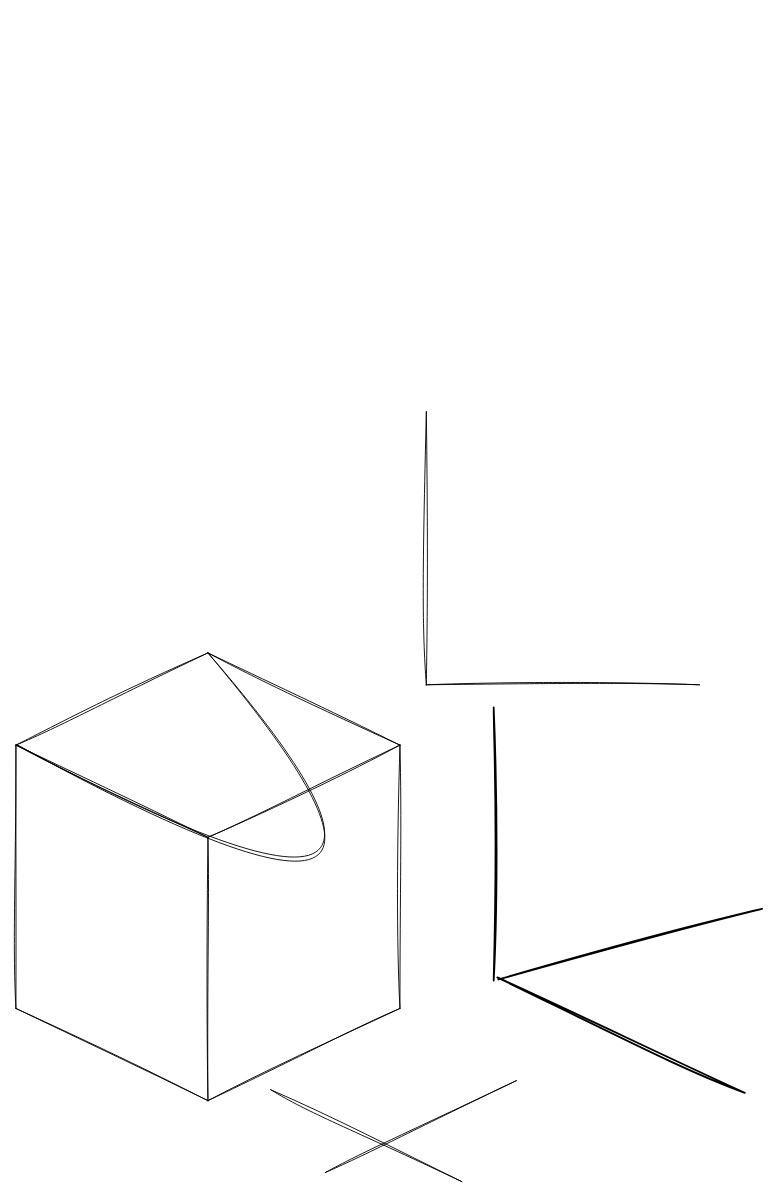
bjhardcastle/diagrams keeps this draw.io diagram as Untitled Diagram.drawio. Above is the earlier version. Source tidied: cells renumbered, new cells numbered last; positions are measured from the earlier drawing's top-left corner, leaving out a move shared by most shapes. Both pictures are drawn from the tidied source at 91%, with x=0, y=0 at pixel (15, 411).
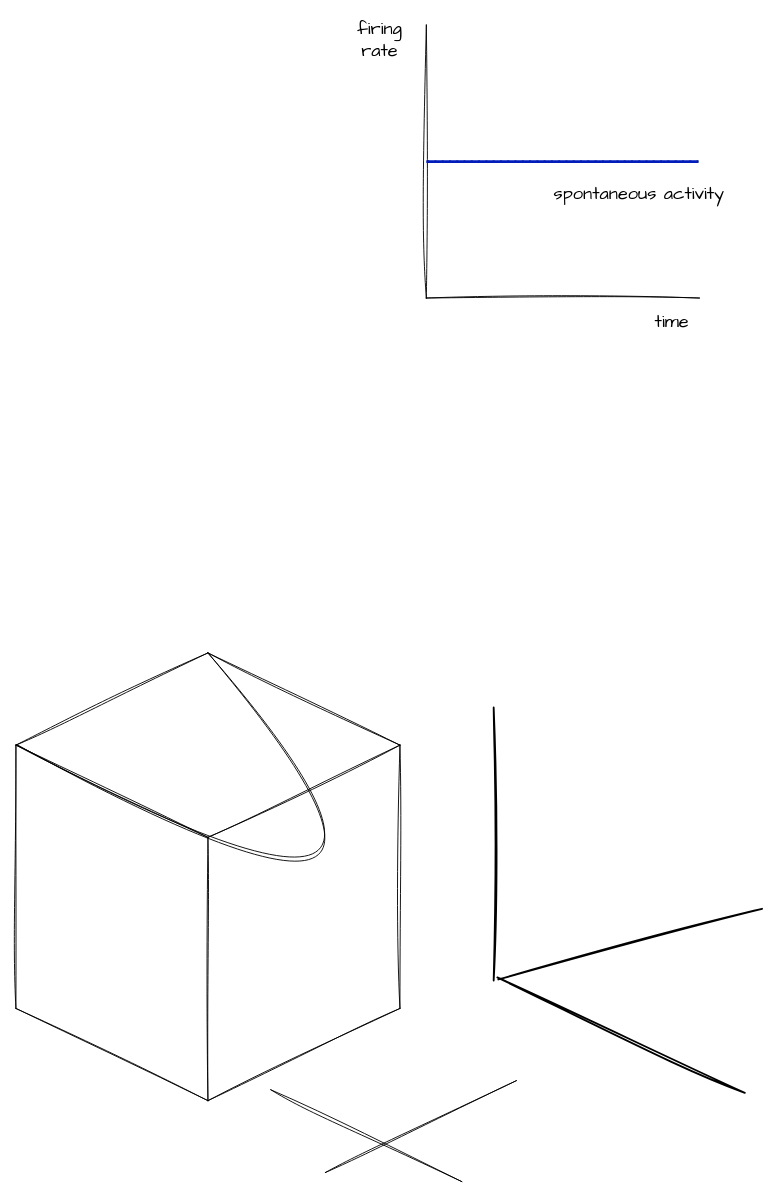
After the change.

What changed in the source:
```diff
@@
 <mxGraphModel>
   <root>
     <mxCell id="0" />
     <mxCell id="1" parent="0" />
     <mxCell id="2" style="shape=partialRectangle;whiteSpace=wrap;html=1;bottom=0;right=0;fillColor=none;sketch=1;hachureGap=4;jiggle=2;curveFitting=1;fontFamily=Architects Daughter;fontSize=20;direction=north;" parent="1" vertex="1">
-      <mxGeometry x="451" width="300" height="300" as="geometry" />
+      <mxGeometry x="451" y="-425" width="300" height="300" as="geometry" />
     </mxCell>
     <mxCell id="3" style="html=1;whiteSpace=wrap;shape=isoCube2;backgroundOutline=1;isoAngle=15;sketch=1;hachureGap=4;jiggle=2;curveFitting=1;fontFamily=Architects Daughter;fontSize=20;" parent="1" vertex="1">
       <mxGeometry y="265" width="422" height="492" as="geometry" />
     </mxCell>
     <mxCell id="4" style="endArrow=none;html=1;rounded=0;sketch=1;hachureGap=4;jiggle=2;curveFitting=1;fontFamily=Architects Daughter;fontSize=16;startSize=8;endSize=8;curved=1;exitX=0.002;exitY=0.205;exitDx=0;exitDy=0;exitPerimeter=0;entryX=0.5;entryY=0;entryDx=0;entryDy=0;entryPerimeter=0;" parent="1" edge="1" source="3" target="3">
       <mxGeometry relative="1" as="geometry">
         <Array as="points">
           <mxPoint x="547" y="660" />
         </Array>
       </mxGeometry>
     </mxCell>
     <mxCell id="5" style="endArrow=none;html=1;rounded=0;sketch=1;hachureGap=4;jiggle=2;curveFitting=1;fontFamily=Architects Daughter;fontSize=16;startSize=8;endSize=8;exitX=0.002;exitY=0.205;exitDx=0;exitDy=0;exitPerimeter=0;entryX=0.5;entryY=0;entryDx=0;entryDy=0;entryPerimeter=0;" parent="1" edge="1">
       <mxGeometry relative="1" as="geometry">
         <mxPoint x="340" y="836" as="sourcePoint" />
         <mxPoint x="550" y="735" as="targetPoint" />
       </mxGeometry>
     </mxCell>
     <mxCell id="6" style="endArrow=none;html=1;rounded=0;sketch=1;hachureGap=4;jiggle=2;curveFitting=1;fontFamily=Architects Daughter;fontSize=16;startSize=8;endSize=8;exitX=0.002;exitY=0.205;exitDx=0;exitDy=0;exitPerimeter=0;entryX=0.5;entryY=0;entryDx=0;entryDy=0;entryPerimeter=0;" parent="1" edge="1">
       <mxGeometry relative="1" as="geometry">
         <mxPoint x="280" y="745" as="sourcePoint" />
         <mxPoint x="490" y="846" as="targetPoint" />
       </mxGeometry>
     </mxCell>
     <mxCell id="7" style="line;strokeWidth=2;direction=south;html=1;sketch=1;hachureGap=4;jiggle=2;curveFitting=1;fontFamily=Architects Daughter;fontSize=20;" parent="1" vertex="1">
       <mxGeometry x="520" y="325" width="10" height="300" as="geometry" />
     </mxCell>
     <mxCell id="8" style="line;strokeWidth=2;direction=south;html=1;sketch=1;hachureGap=4;jiggle=2;curveFitting=1;fontFamily=Architects Daughter;fontSize=20;rotation=75;" parent="1" vertex="1">
       <mxGeometry x="670" y="435" width="10" height="300" as="geometry" />
     </mxCell>
     <mxCell id="9" style="line;strokeWidth=2;direction=south;html=1;sketch=1;hachureGap=4;jiggle=2;curveFitting=1;fontFamily=Architects Daughter;fontSize=20;rotation=115;" parent="1" vertex="1">
       <mxGeometry x="660" y="535" width="10" height="300" as="geometry" />
     </mxCell>
+    <mxCell id="10" value="time" style="text;html=1;strokeColor=none;fillColor=none;align=center;verticalAlign=middle;whiteSpace=wrap;rounded=0;fontFamily=Architects Daughter;fontSize=20;" parent="1" vertex="1">
+      <mxGeometry x="691" y="-115" width="60" height="30" as="geometry" />
+    </mxCell>
+    <mxCell id="11" value="firing rate" style="text;html=1;strokeColor=none;fillColor=none;align=center;verticalAlign=middle;whiteSpace=wrap;rounded=0;fontFamily=Architects Daughter;fontSize=20;" parent="1" vertex="1">
+      <mxGeometry x="370" y="-425" width="60" height="30" as="geometry" />
+    </mxCell>
+    <mxCell id="12" style="endArrow=none;dashed=1;html=1;dashPattern=1 3;strokeWidth=2;rounded=0;entryX=0.5;entryY=0;entryDx=0;entryDy=0;" parent="1" edge="1" target="2">
+      <mxGeometry relative="1" as="geometry">
+        <mxPoint x="750" y="-275" as="sourcePoint" />
+      </mxGeometry>
+    </mxCell>
+    <mxCell id="13" style="endArrow=none;html=1;rounded=0;exitX=0.5;exitY=0;exitDx=0;exitDy=0;fillColor=#0050ef;strokeColor=#001DBC;strokeWidth=3;" parent="1" edge="1" source="2">
+      <mxGeometry relative="1" as="geometry">
+        <mxPoint x="750" y="-275" as="targetPoint" />
+      </mxGeometry>
+    </mxCell>
+    <mxCell id="14" value="spontaneous activity" style="text;html=1;strokeColor=none;fillColor=none;align=center;verticalAlign=middle;whiteSpace=wrap;rounded=0;fontFamily=Architects Daughter;fontSize=20;" parent="1" vertex="1">
+      <mxGeometry x="590" y="-255" width="190" height="30" as="geometry" />
+    </mxCell>
   </root>
 </mxGraphModel>
```
